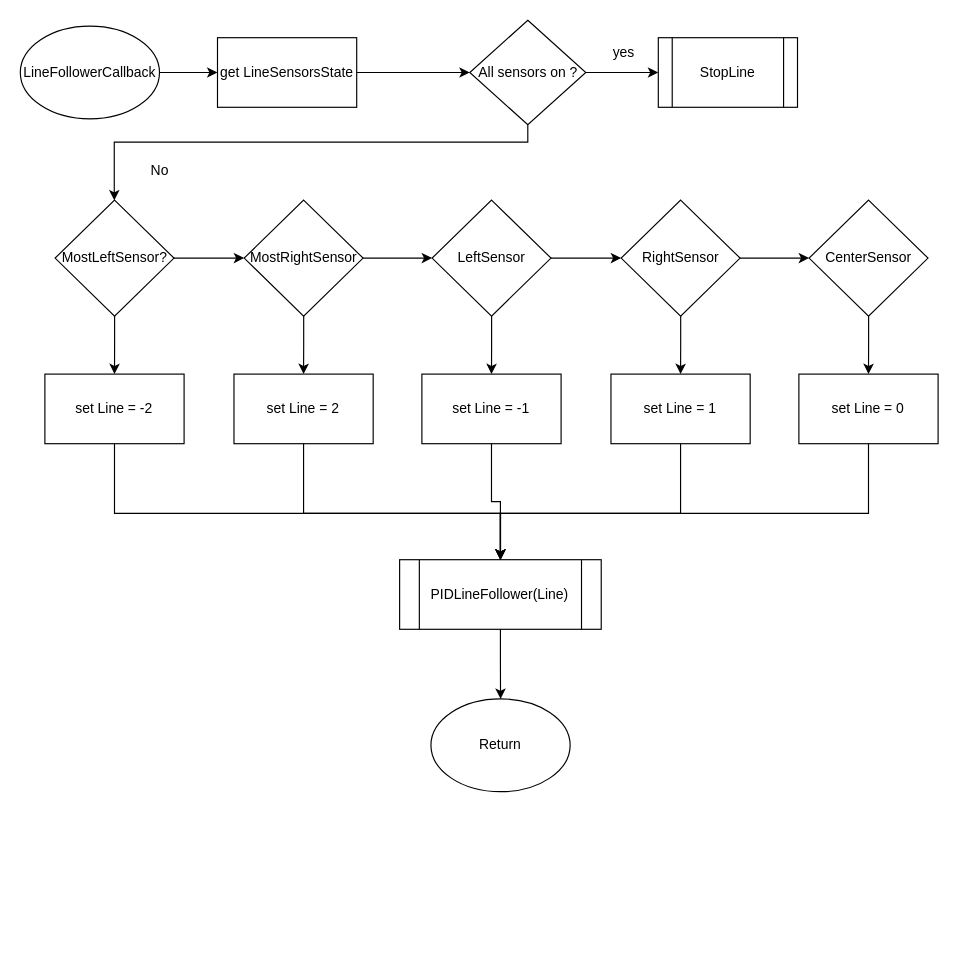
Before: FluxogramaEncoder.drawio in gabrielhaj/ES070, a draw.io diagram. Source tidied: cells renumbered, new cells numbered last; positions are measured from the earlier drawing's top-left corner, leaving out a move shared by most shapes. Both pictures are drawn from the tidied source at 116%, with x=0, y=0 at pixel (20, 20).
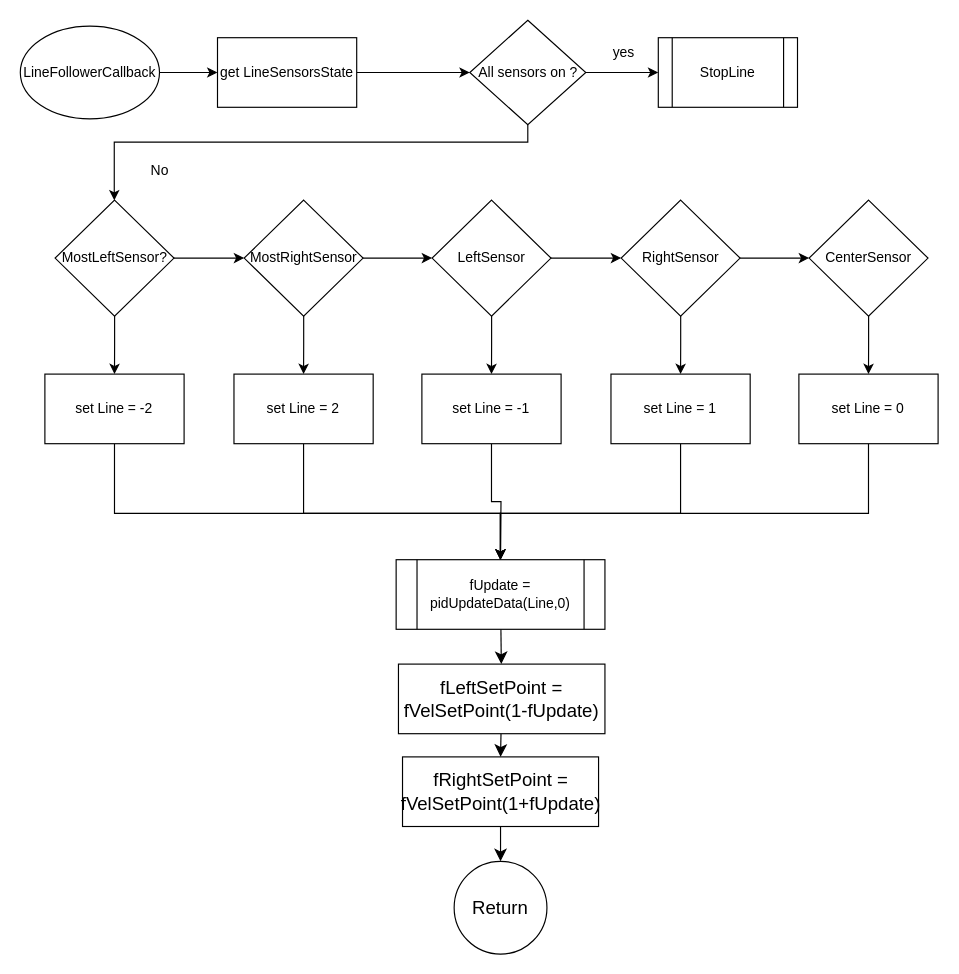
After the change.

The change refers to these unchanged cells:
```xml
<mxCell id="27" value="set Line = -2" style="whiteSpace=wrap;html=1;" parent="1" vertex="1">
  <mxGeometry x="21.2" y="305" width="120" height="60" as="geometry" />
</mxCell>
<mxCell id="29" value="set Line = 2" style="whiteSpace=wrap;html=1;" parent="1" vertex="1">
  <mxGeometry x="184.2" y="305" width="120" height="60" as="geometry" />
</mxCell>
<mxCell id="31" value="set Line = -1" style="whiteSpace=wrap;html=1;" parent="1" vertex="1">
  <mxGeometry x="346.2" y="305" width="120" height="60" as="geometry" />
</mxCell>
<mxCell id="33" value="set Line = 1" style="whiteSpace=wrap;html=1;" parent="1" vertex="1">
  <mxGeometry x="509.2" y="305" width="120" height="60" as="geometry" />
</mxCell>
<mxCell id="35" value="set Line = 0" style="whiteSpace=wrap;html=1;" parent="1" vertex="1">
  <mxGeometry x="671.2" y="305" width="120" height="60" as="geometry" />
</mxCell>
```

What changed in the source:
```diff
@@
-    <mxCell id="26" style="edgeStyle=orthogonalEdgeStyle;rounded=0;jettySize=auto;html=1;" parent="1" edge="1" source="27" target="37">
+    <mxCell id="26" style="edgeStyle=orthogonalEdgeStyle;rounded=0;jettySize=auto;html=1;" parent="1" edge="1" source="27">
       <mxGeometry relative="1" as="geometry">
+        <mxPoint x="414" y="465" as="targetPoint" />
         <Array as="points">
           <mxPoint x="81" y="425" />
           <mxPoint x="414" y="425" />
         </Array>
       </mxGeometry>
     </mxCell>
@@
-    <mxCell id="28" style="edgeStyle=orthogonalEdgeStyle;rounded=0;jettySize=auto;html=1;entryX=0.5;entryY=0;entryDx=0;entryDy=0;" parent="1" edge="1" source="29" target="37">
+    <mxCell id="28" style="edgeStyle=orthogonalEdgeStyle;rounded=0;jettySize=auto;html=1;entryX=0.5;entryY=0;entryDx=0;entryDy=0;" parent="1" edge="1" source="29">
       <mxGeometry relative="1" as="geometry">
+        <mxPoint x="413.9" y="465" as="targetPoint" />
         <Array as="points">
           <mxPoint x="244" y="425" />
           <mxPoint x="414" y="425" />
         </Array>
       </mxGeometry>
     </mxCell>
@@
-    <mxCell id="30" style="edgeStyle=orthogonalEdgeStyle;rounded=0;jettySize=auto;html=1;entryX=0.5;entryY=0;entryDx=0;entryDy=0;" parent="1" edge="1" source="31" target="37">
-      <mxGeometry relative="1" as="geometry" />
+    <mxCell id="30" style="edgeStyle=orthogonalEdgeStyle;rounded=0;jettySize=auto;html=1;entryX=0.5;entryY=0;entryDx=0;entryDy=0;" parent="1" edge="1" source="31">
+      <mxGeometry relative="1" as="geometry">
+        <mxPoint x="413.9" y="465" as="targetPoint" />
+      </mxGeometry>
     </mxCell>
@@
-    <mxCell id="32" style="edgeStyle=orthogonalEdgeStyle;rounded=0;jettySize=auto;html=1;entryX=0.5;entryY=0;entryDx=0;entryDy=0;" parent="1" edge="1" source="33" target="37">
+    <mxCell id="32" style="edgeStyle=orthogonalEdgeStyle;rounded=0;jettySize=auto;html=1;entryX=0.5;entryY=0;entryDx=0;entryDy=0;" parent="1" edge="1" source="33">
       <mxGeometry relative="1" as="geometry">
+        <mxPoint x="413.9" y="465" as="targetPoint" />
         <Array as="points">
           <mxPoint x="569" y="425" />
           <mxPoint x="414" y="425" />
         </Array>
       </mxGeometry>
     </mxCell>
@@
-    <mxCell id="34" style="edgeStyle=orthogonalEdgeStyle;rounded=0;jettySize=auto;html=1;entryX=0.5;entryY=0;entryDx=0;entryDy=0;" parent="1" edge="1" source="35" target="37">
+    <mxCell id="34" style="edgeStyle=orthogonalEdgeStyle;rounded=0;jettySize=auto;html=1;entryX=0.5;entryY=0;entryDx=0;entryDy=0;" parent="1" edge="1" source="35">
       <mxGeometry relative="1" as="geometry">
+        <mxPoint x="413.9" y="465" as="targetPoint" />
         <Array as="points">
           <mxPoint x="731" y="425" />
           <mxPoint x="414" y="425" />
         </Array>
       </mxGeometry>
     </mxCell>
@@
-    <mxCell id="36" style="edgeStyle=orthogonalEdgeStyle;rounded=0;jettySize=auto;html=1;entryX=0.5;entryY=0;entryDx=0;entryDy=0;" parent="1" edge="1" source="37" target="38">
-      <mxGeometry relative="1" as="geometry" />
-    </mxCell>
-    <mxCell id="37" value="PIDLineFollower(Line)" style="shape=process;whiteSpace=wrap;html=1;backgroundOutline=1;" parent="1" vertex="1">
-      <mxGeometry x="327" y="465" width="173.8" height="60" as="geometry" />
-    </mxCell>
+    <mxCell id="39" style="edgeStyle=none;curved=1;rounded=0;jettySize=auto;html=1;fontSize=12;startSize=8;endSize=8;" parent="1" edge="1" source="40" target="42">
+      <mxGeometry relative="1" as="geometry" />
+    </mxCell>
+    <mxCell id="40" value="fUpdate = pidUpdateData(Line,0)" style="shape=process;whiteSpace=wrap;html=1;backgroundOutline=1;" parent="1" vertex="1">
+      <mxGeometry x="324" y="465" width="180" height="60" as="geometry" />
+    </mxCell>
+    <mxCell id="41" style="edgeStyle=none;curved=1;rounded=0;jettySize=auto;html=1;entryX=0.5;entryY=0;entryDx=0;entryDy=0;fontSize=12;startSize=8;endSize=8;" parent="1" edge="1" source="42" target="44">
+      <mxGeometry relative="1" as="geometry" />
+    </mxCell>
+    <mxCell id="42" value="fLeftSetPoint = fVelSetPoint(1-fUpdate)" style="whiteSpace=wrap;html=1;fontSize=16;" parent="1" vertex="1">
+      <mxGeometry x="326" y="555" width="178" height="60" as="geometry" />
+    </mxCell>
+    <mxCell id="43" style="edgeStyle=none;curved=1;rounded=0;jettySize=auto;html=1;fontSize=12;startSize=8;endSize=8;" parent="1" edge="1" source="44" target="38">
+      <mxGeometry relative="1" as="geometry" />
+    </mxCell>
+    <mxCell id="44" value="fRightSetPoint = fVelSetPoint(1+fUpdate)" style="whiteSpace=wrap;html=1;fontSize=16;" parent="1" vertex="1">
+      <mxGeometry x="329.5" y="635" width="169" height="60" as="geometry" />
+    </mxCell>
-    <mxCell id="38" value="&lt;div&gt;Return&lt;/div&gt;" style="ellipse;whiteSpace=wrap;html=1;" parent="1" vertex="1">
-      <mxGeometry x="354" y="585" width="120" height="80" as="geometry" />
+    <mxCell id="38" value="Return" style="ellipse;whiteSpace=wrap;html=1;fontSize=16;" parent="1" vertex="1">
+      <mxGeometry x="374" y="725" width="80" height="80" as="geometry" />
     </mxCell>
```
